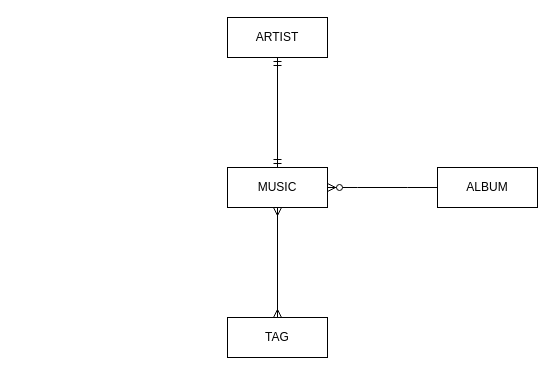
Before: docs/uml/Music.drawio in yindongjun/zmusic, a draw.io diagram. Source tidied: cells renumbered, new cells numbered last; positions are measured from the earlier drawing's top-left corner, leaving out a move shared by most shapes. Both pictures are drawn from the tidied source at 100%, with x=0, y=0 at pixel (227, 17).
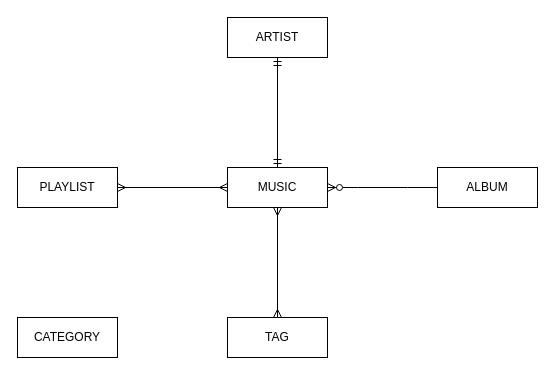
Above is the later version.

Commit message (it also covers changes not shown here):
Update Music Entity Relationship Diagram.drawio

What changed in the source:
```diff
@@
 <mxGraphModel>
   <root>
     <mxCell id="0" />
     <mxCell id="1" parent="0" />
     <mxCell id="2" value="ALBUM" style="whiteSpace=wrap;html=1;align=center;" parent="1" vertex="1">
       <mxGeometry x="210" y="150" width="100" height="40" as="geometry" />
     </mxCell>
     <mxCell id="3" value="MUSIC" style="whiteSpace=wrap;html=1;align=center;" parent="1" vertex="1">
       <mxGeometry y="150" width="100" height="40" as="geometry" />
     </mxCell>
     <mxCell id="4" style="edgeStyle=entityRelationEdgeStyle;fontSize=12;html=1;endArrow=ERzeroToMany;endFill=1;rounded=0;exitX=0;exitY=0.5;exitDx=0;exitDy=0;" parent="1" edge="1" source="2" target="3">
       <mxGeometry relative="1" as="geometry" />
     </mxCell>
     <mxCell id="5" value="ARTIST" style="whiteSpace=wrap;html=1;align=center;" parent="1" vertex="1">
       <mxGeometry width="100" height="40" as="geometry" />
     </mxCell>
     <mxCell id="6" style="fontSize=12;html=1;endArrow=ERmandOne;startArrow=ERmandOne;rounded=0;entryX=0.5;entryY=1;entryDx=0;entryDy=0;exitX=0.5;exitY=0;exitDx=0;exitDy=0;" parent="1" edge="1" source="3" target="5">
       <mxGeometry relative="1" as="geometry" />
     </mxCell>
     <mxCell id="7" value="TAG" style="whiteSpace=wrap;html=1;align=center;" parent="1" vertex="1">
       <mxGeometry y="300" width="100" height="40" as="geometry" />
     </mxCell>
     <mxCell id="8" style="fontSize=12;html=1;endArrow=ERmany;startArrow=ERmany;rounded=0;entryX=0.5;entryY=1;entryDx=0;entryDy=0;exitX=0.5;exitY=0;exitDx=0;exitDy=0;" parent="1" edge="1" source="7" target="3">
       <mxGeometry relative="1" as="geometry" />
     </mxCell>
+    <mxCell id="9" value="PLAYLIST" style="whiteSpace=wrap;html=1;align=center;" parent="1" vertex="1">
+      <mxGeometry x="-210" y="150" width="100" height="40" as="geometry" />
+    </mxCell>
+    <mxCell id="10" style="fontSize=12;html=1;endArrow=ERmany;startArrow=ERmany;rounded=0;entryX=1;entryY=0.5;entryDx=0;entryDy=0;exitX=0;exitY=0.5;exitDx=0;exitDy=0;" parent="1" edge="1" source="3" target="9">
+      <mxGeometry relative="1" as="geometry" />
+    </mxCell>
+    <mxCell id="11" value="CATEGORY" style="whiteSpace=wrap;html=1;align=center;" parent="1" vertex="1">
+      <mxGeometry x="-210" y="300" width="100" height="40" as="geometry" />
+    </mxCell>
   </root>
 </mxGraphModel>
```
